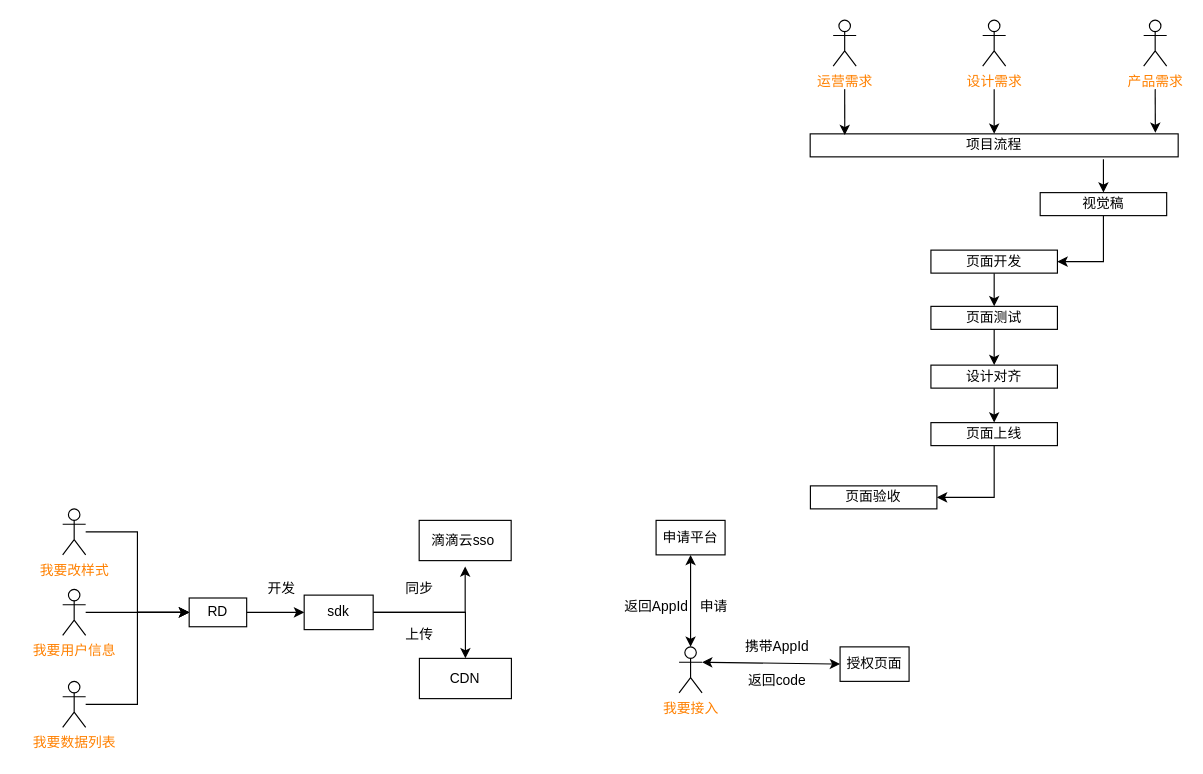
zyx1992/hexoDocs keeps this draw.io diagram as page "Page-1" (1 of 10) of Untitled Diagram.drawio. Above is the earlier version. Source tidied: cells renumbered, new cells numbered last; positions are measured from the earlier drawing's top-left corner, leaving out a move shared by most shapes. Both pictures are drawn from the tidied source at 115%, with x=0, y=0 at pixel (62, 20).
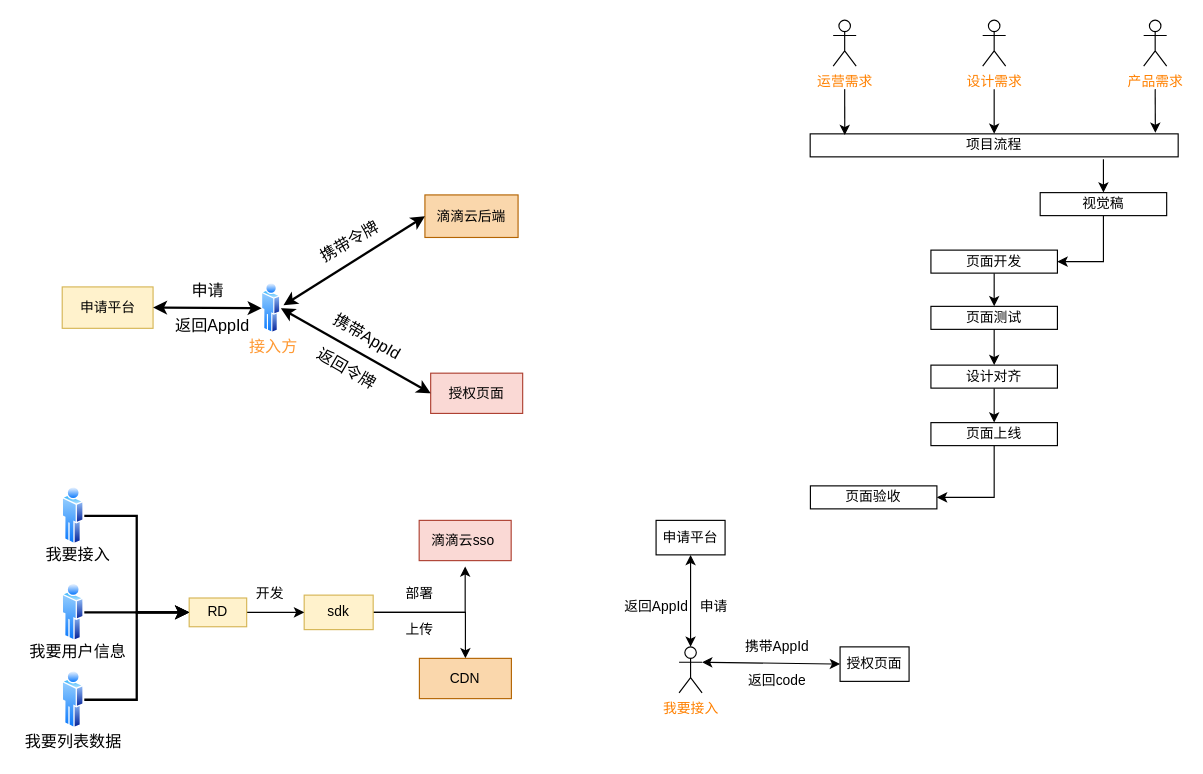
Above is the later version.

Diff of the diagram source:
```diff
@@
-    <mxCell id="2" style="edgeStyle=orthogonalEdgeStyle;rounded=0;jettySize=auto;html=1;entryX=0;entryY=0.5;entryDx=0;entryDy=0;" parent="1" edge="1" source="3" target="14">
-      <mxGeometry relative="1" as="geometry">
-        <Array as="points">
-          <mxPoint x="10" y="518" />
-        </Array>
-      </mxGeometry>
-    </mxCell>
-    <mxCell id="3" value="&lt;font color=&quot;#ff8000&quot;&gt;我要用户信息&lt;/font&gt;" style="shape=umlActor;verticalLabelPosition=bottom;verticalAlign=top;html=1;outlineConnect=0;" parent="1" vertex="1">
-      <mxGeometry y="495" width="20" height="40" as="geometry" />
-    </mxCell>
-    <mxCell id="4" style="edgeStyle=orthogonalEdgeStyle;rounded=0;jettySize=auto;html=1;entryX=0;entryY=0.5;entryDx=0;entryDy=0;" parent="1" edge="1" source="5" target="14">
-      <mxGeometry relative="1" as="geometry" />
-    </mxCell>
-    <mxCell id="5" value="&lt;font color=&quot;#ff8000&quot;&gt;我要改样式&lt;/font&gt;" style="shape=umlActor;verticalLabelPosition=bottom;verticalAlign=top;html=1;outlineConnect=0;" parent="1" vertex="1">
-      <mxGeometry y="425" width="20" height="40" as="geometry" />
-    </mxCell>
-    <mxCell id="6" style="edgeStyle=orthogonalEdgeStyle;rounded=0;jettySize=auto;html=1;entryX=0;entryY=0.5;entryDx=0;entryDy=0;" parent="1" edge="1" source="7" target="14">
-      <mxGeometry relative="1" as="geometry" />
-    </mxCell>
-    <mxCell id="7" value="&lt;font color=&quot;#ff8000&quot;&gt;我要数据列表&lt;/font&gt;" style="shape=umlActor;verticalLabelPosition=bottom;verticalAlign=top;html=1;outlineConnect=0;" parent="1" vertex="1">
-      <mxGeometry y="575" width="20" height="40" as="geometry" />
-    </mxCell>
@@
-    <mxCell id="10" value="sdk" style="rounded=0;whiteSpace=wrap;html=1;" parent="1" vertex="1">
+    <mxCell id="10" value="sdk" style="rounded=0;whiteSpace=wrap;html=1;fillColor=#fff2cc;strokeColor=#d6b656;" parent="1" vertex="1">
       <mxGeometry x="210" y="500" width="60" height="30" as="geometry" />
     </mxCell>
-    <mxCell id="11" value="滴滴云sso&amp;nbsp;" style="rounded=0;whiteSpace=wrap;html=1;" parent="1" vertex="1">
+    <mxCell id="11" value="滴滴云sso&amp;nbsp;" style="rounded=0;whiteSpace=wrap;html=1;fillColor=#fad9d5;strokeColor=#ae4132;" parent="1" vertex="1">
       <mxGeometry x="310" y="435" width="80" height="35" as="geometry" />
     </mxCell>
-    <mxCell id="12" value="CDN" style="rounded=0;whiteSpace=wrap;html=1;" parent="1" vertex="1">
+    <mxCell id="12" value="CDN" style="rounded=0;whiteSpace=wrap;html=1;fillColor=#fad7ac;strokeColor=#b46504;" parent="1" vertex="1">
       <mxGeometry x="310.2" y="555" width="80" height="35" as="geometry" />
     </mxCell>
@@
-    <mxCell id="14" value="RD" style="rounded=0;whiteSpace=wrap;html=1;" parent="1" vertex="1">
+    <mxCell id="14" value="RD" style="rounded=0;whiteSpace=wrap;html=1;fillColor=#fff2cc;strokeColor=#d6b656;" parent="1" vertex="1">
       <mxGeometry x="110" y="502.5" width="50" height="25" as="geometry" />
     </mxCell>
     <mxCell id="15" value="开发" style="text;html=1;align=center;verticalAlign=middle;" parent="1" vertex="1">
-      <mxGeometry x="170" y="485" width="40" height="20" as="geometry" />
+      <mxGeometry x="160" y="489" width="40" height="20" as="geometry" />
     </mxCell>
-    <mxCell id="16" value="同步" style="text;html=1;align=center;verticalAlign=middle;" parent="1" vertex="1">
-      <mxGeometry x="290" y="485" width="40" height="20" as="geometry" />
+    <mxCell id="16" value="部署" style="text;html=1;align=center;verticalAlign=middle;" parent="1" vertex="1">
+      <mxGeometry x="290" y="489" width="40" height="20" as="geometry" />
     </mxCell>
     <mxCell id="17" value="上传" style="text;html=1;align=center;verticalAlign=middle;" parent="1" vertex="1">
-      <mxGeometry x="290" y="525" width="40" height="20" as="geometry" />
+      <mxGeometry x="290" y="520" width="40" height="20" as="geometry" />
     </mxCell>
@@
+    <mxCell id="46" style="edgeStyle=orthogonalEdgeStyle;rounded=0;jettySize=auto;html=1;entryX=0;entryY=0.5;entryDx=0;entryDy=0;strokeColor=#000000;strokeWidth=2;fontSize=16;fontColor=#000000;" parent="1" edge="1" source="47" target="14">
+      <mxGeometry relative="1" as="geometry" />
+    </mxCell>
+    <mxCell id="47" style="perimeter=ellipsePerimeter;html=1;align=center;shadow=0;dashed=0;spacingTop=3;image;image=img/lib/active_directory/user.svg;strokeColor=#FFB570;fontColor=#006EAF;fontSize=16;fontStyle=1;" parent="1" vertex="1">
+      <mxGeometry x="-0.4" y="405" width="19.2" height="52" as="geometry" />
+    </mxCell>
+    <mxCell id="48" style="edgeStyle=orthogonalEdgeStyle;rounded=0;jettySize=auto;html=1;entryX=0;entryY=0.5;entryDx=0;entryDy=0;strokeColor=#000000;strokeWidth=2;fontSize=16;fontColor=#000000;" parent="1" edge="1" source="49" target="14">
+      <mxGeometry relative="1" as="geometry" />
+    </mxCell>
+    <mxCell id="49" style="perimeter=ellipsePerimeter;html=1;align=center;shadow=0;dashed=0;spacingTop=3;image;image=img/lib/active_directory/user.svg;strokeColor=#FFB570;fontColor=#006EAF;fontSize=16;fontStyle=1;" parent="1" vertex="1">
+      <mxGeometry x="-0.4" y="489" width="19.2" height="52" as="geometry" />
+    </mxCell>
+    <mxCell id="50" style="edgeStyle=orthogonalEdgeStyle;rounded=0;jettySize=auto;html=1;strokeColor=#000000;strokeWidth=2;fontSize=16;fontColor=#000000;entryX=0;entryY=0.5;entryDx=0;entryDy=0;" parent="1" edge="1" source="51" target="14">
+      <mxGeometry relative="1" as="geometry" />
+    </mxCell>
+    <mxCell id="51" style="perimeter=ellipsePerimeter;html=1;align=center;shadow=0;dashed=0;spacingTop=3;image;image=img/lib/active_directory/user.svg;strokeColor=#FFB570;fontColor=#006EAF;fontSize=16;fontStyle=1;" parent="1" vertex="1">
+      <mxGeometry x="-0.4" y="565" width="19.2" height="52" as="geometry" />
+    </mxCell>
+    <mxCell id="52" style="perimeter=ellipsePerimeter;html=1;align=center;shadow=0;dashed=0;spacingTop=3;image;image=img/lib/active_directory/user.svg;strokeColor=#FFB570;fontColor=#006EAF;fontSize=16;fontStyle=1;" parent="1" vertex="1">
+      <mxGeometry x="173" y="228" width="16.7" height="45" as="geometry" />
+    </mxCell>
+    <mxCell id="53" value="我要接入" style="text;html=1;align=center;verticalAlign=middle;fontSize=14;fontColor=#000000;" parent="1" vertex="1">
+      <mxGeometry x="-20" y="454" width="66" height="21" as="geometry" />
+    </mxCell>
+    <mxCell id="3" value="我要用户信息" style="text;html=1;align=center;verticalAlign=middle;points=[];fontSize=14;fontColor=#000000;" parent="1" vertex="1">
+      <mxGeometry x="-34" y="538" width="94" height="21" as="geometry" />
+    </mxCell>
+    <mxCell id="54" value="我要列表数据" style="text;html=1;align=center;verticalAlign=middle;fontSize=14;fontColor=#000000;" parent="1" vertex="1">
+      <mxGeometry x="-37.8" y="617" width="94" height="21" as="geometry" />
+    </mxCell>
+    <mxCell id="55" value="&lt;font color=&quot;#ff9933&quot;&gt;接入方&lt;/font&gt;" style="text;html=1;align=center;verticalAlign=middle;fontSize=14;fontColor=#000000;" parent="1" vertex="1">
+      <mxGeometry x="157" y="273" width="52" height="21" as="geometry" />
+    </mxCell>
+    <mxCell id="56" value="申请平台" style="rounded=0;whiteSpace=wrap;html=1;fillColor=#fff2cc;strokeColor=#d6b656;" parent="1" vertex="1">
+      <mxGeometry x="-0.4" y="232" width="79" height="36" as="geometry" />
+    </mxCell>
+    <mxCell id="57" style="endArrow=classic;startArrow=classic;html=1;strokeColor=#000000;strokeWidth=2;fontSize=14;fontColor=#000000;exitX=0;exitY=0.5;exitDx=0;exitDy=0;entryX=1;entryY=0.5;entryDx=0;entryDy=0;" parent="1" edge="1" source="52" target="56">
+      <mxGeometry relative="1" as="geometry" />
+    </mxCell>
+    <mxCell id="58" value="申请" style="text;html=1;align=center;verticalAlign=middle;fontSize=14;fontColor=#000000;rotation=0;" parent="1" vertex="1">
+      <mxGeometry x="107" y="224.9" width="38" height="21" as="geometry" />
+    </mxCell>
+    <mxCell id="59" value="返回AppId" style="text;html=1;align=center;verticalAlign=middle;fontSize=14;fontColor=#000000;rotation=0;" parent="1" vertex="1">
+      <mxGeometry x="92" y="255" width="75" height="21" as="geometry" />
+    </mxCell>
+    <mxCell id="60" value="授权页面" style="rounded=0;whiteSpace=wrap;html=1;fillColor=#fad9d5;strokeColor=#ae4132;" parent="1" vertex="1">
+      <mxGeometry x="320" y="307" width="80" height="35" as="geometry" />
+    </mxCell>
+    <mxCell id="61" style="endArrow=classic;startArrow=classic;html=1;strokeColor=#000000;strokeWidth=2;fontSize=14;fontColor=#000000;entryX=0;entryY=0.5;entryDx=0;entryDy=0;exitX=1;exitY=0.5;exitDx=0;exitDy=0;" parent="1" edge="1" source="52" target="60">
+      <mxGeometry relative="1" as="geometry" />
+    </mxCell>
+    <mxCell id="62" value="携带AppId" style="text;html=1;align=center;verticalAlign=middle;fontSize=14;fontColor=#000000;rotation=30;" parent="1" vertex="1">
+      <mxGeometry x="227" y="264" width="75" height="21" as="geometry" />
+    </mxCell>
+    <mxCell id="63" value="返回令牌" style="text;html=1;align=center;verticalAlign=middle;fontSize=14;fontColor=#000000;rotation=30;" parent="1" vertex="1">
+      <mxGeometry x="214" y="292" width="66" height="21" as="geometry" />
+    </mxCell>
+    <mxCell id="64" value="滴滴云后端" style="rounded=0;whiteSpace=wrap;html=1;fillColor=#fad7ac;strokeColor=#b46504;" parent="1" vertex="1">
+      <mxGeometry x="315" y="152" width="81" height="37" as="geometry" />
+    </mxCell>
+    <mxCell id="65" style="endArrow=classic;startArrow=classic;html=1;strokeColor=#000000;strokeWidth=2;fontSize=14;fontColor=#000000;entryX=0;entryY=0.5;entryDx=0;entryDy=0;" parent="1" edge="1" target="64">
+      <mxGeometry relative="1" as="geometry">
+        <mxPoint x="192" y="248" as="sourcePoint" />
+      </mxGeometry>
+    </mxCell>
+    <mxCell id="66" value="携带令牌" style="text;html=1;align=center;verticalAlign=middle;fontSize=14;fontColor=#000000;rotation=-30;" parent="1" vertex="1">
+      <mxGeometry x="216" y="182" width="66" height="21" as="geometry" />
+    </mxCell>
```
